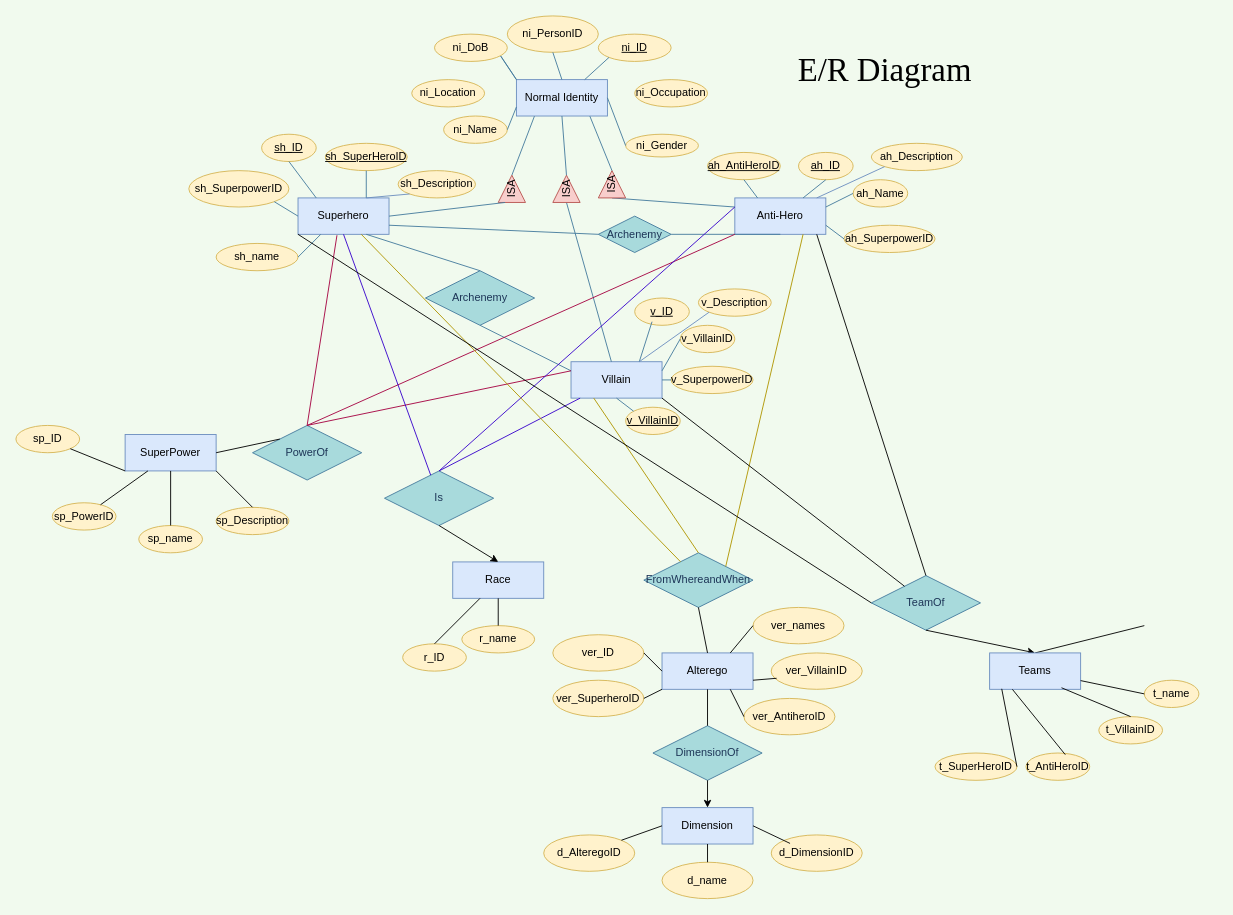
AnCal45/cse111_Project keeps this draw.io diagram as Untitled Diagram.drawio. Above is the earlier version. Source tidied: cells renumbered, new cells numbered last; positions are measured from the earlier drawing's top-left corner, leaving out a move shared by most shapes. Both pictures are drawn from the tidied source at 91%, with x=0, y=0 at pixel (15, 15).
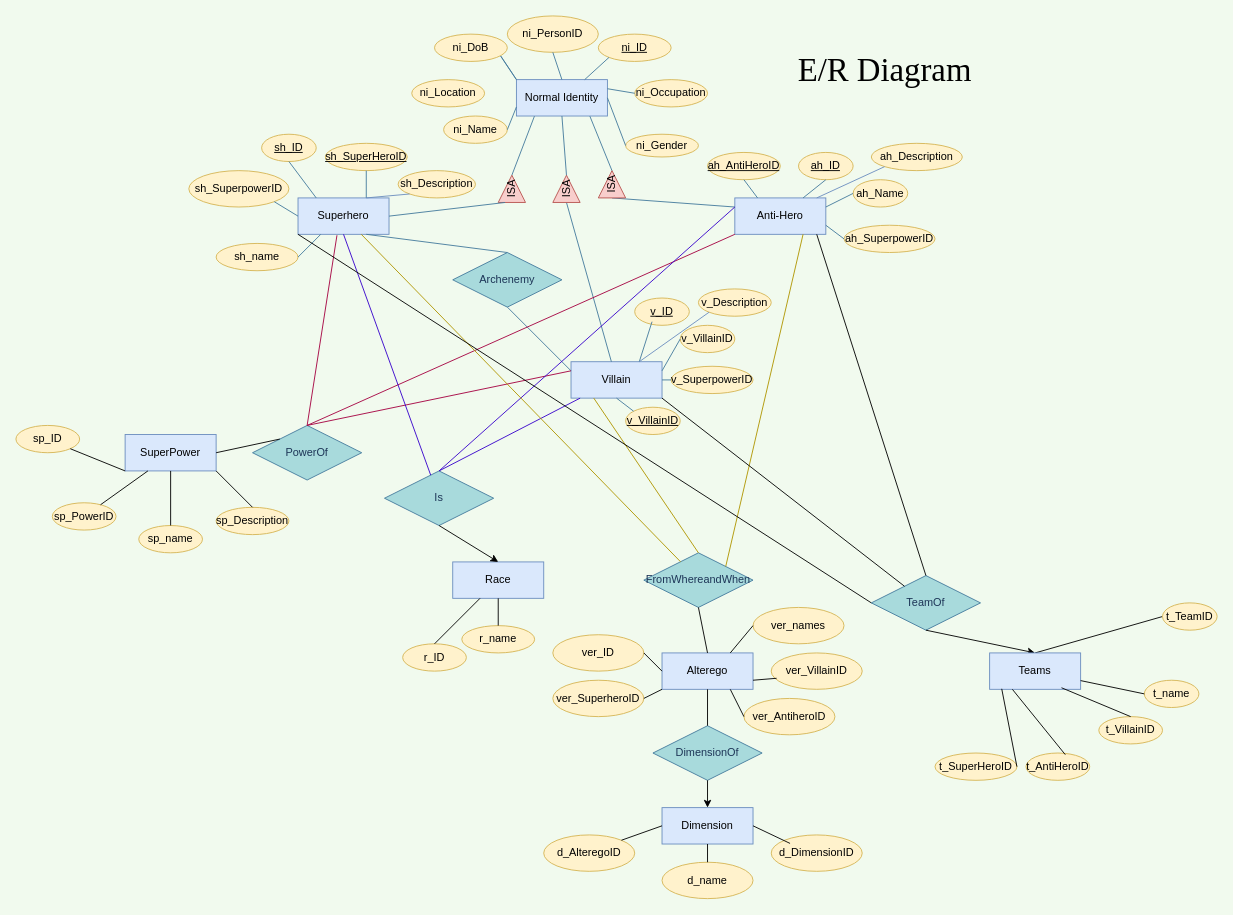
The same diagram, later.

Unchanged cells that the change refers to:
```xml
<mxCell id="2" value="Normal Identity" style="whiteSpace=wrap;html=1;align=center;fillColor=#dae8fc;strokeColor=#6c8ebf;" parent="1" vertex="1">
  <mxGeometry x="550" y="70" width="100" height="40" as="geometry" />
</mxCell>
<mxCell id="15" value="Superhero" style="whiteSpace=wrap;html=1;align=center;rounded=0;sketch=0;strokeColor=#6c8ebf;fillColor=#dae8fc;" parent="1" vertex="1">
  <mxGeometry x="310" y="200" width="100" height="40" as="geometry" />
</mxCell>
<mxCell id="17" value="Anti-Hero" style="whiteSpace=wrap;html=1;align=center;rounded=0;sketch=0;strokeColor=#6c8ebf;fillColor=#dae8fc;" parent="1" vertex="1">
  <mxGeometry x="790" y="200" width="100" height="40" as="geometry" />
</mxCell>
<mxCell id="112" value="Teams" style="whiteSpace=wrap;html=1;align=center;rounded=0;sketch=0;strokeColor=#6c8ebf;fillColor=#dae8fc;" parent="1" vertex="1">
  <mxGeometry x="1070" y="700" width="100" height="40" as="geometry" />
</mxCell>
<mxCell id="121" value="ni_Occupation" style="ellipse;whiteSpace=wrap;html=1;align=center;fillColor=#fff2cc;strokeColor=#d6b656;" parent="1" vertex="1">
  <mxGeometry x="680" y="70" width="80" height="30" as="geometry" />
</mxCell>
```

Diff of the diagram source:
```diff
@@
     <mxCell id="45" value="Archenemy" style="shape=rhombus;perimeter=rhombusPerimeter;whiteSpace=wrap;html=1;align=center;rounded=0;sketch=0;strokeColor=#457B9D;fillColor=#A8DADC;fontColor=#1D3557;" parent="1" vertex="1">
-      <mxGeometry x="450" y="280" width="120" height="60" as="geometry" />
+      <mxGeometry x="480" y="260" width="120" height="60" as="geometry" />
     </mxCell>
@@
-    <mxCell id="47" style="endArrow=none;html=1;strokeColor=#457B9D;fillColor=#A8DADC;fontColor=#1D3557;entryX=0.5;entryY=1;entryDx=0;entryDy=0;exitX=1;exitY=0.5;exitDx=0;exitDy=0;" parent="1" edge="1" source="127" target="17">
-      <mxGeometry relative="1" as="geometry" />
-    </mxCell>
@@
-    <mxCell id="91" style="endArrow=none;html=1;exitX=0.5;exitY=0;exitDx=0;exitDy=0;" parent="1" edge="1" source="112">
-      <mxGeometry relative="1" as="geometry">
-        <mxPoint x="1240" y="670" as="targetPoint" />
-      </mxGeometry>
+    <mxCell id="91" style="endArrow=none;html=1;exitX=0.5;exitY=0;exitDx=0;exitDy=0;entryX=0;entryY=0.5;entryDx=0;entryDy=0;" parent="1" edge="1" source="112" target="129">
+      <mxGeometry relative="1" as="geometry" />
     </mxCell>
@@
-    <mxCell id="127" value="Archenemy" style="shape=rhombus;perimeter=rhombusPerimeter;whiteSpace=wrap;html=1;align=center;rounded=0;sketch=0;strokeColor=#457B9D;fillColor=#A8DADC;fontColor=#1D3557;" parent="1" vertex="1">
-      <mxGeometry x="640" y="220" width="80" height="40" as="geometry" />
-    </mxCell>
-    <mxCell id="128" style="endArrow=none;html=1;strokeColor=#457B9D;fillColor=#A8DADC;fontColor=#1D3557;entryX=1;entryY=0.75;entryDx=0;entryDy=0;exitX=0;exitY=0.5;exitDx=0;exitDy=0;" parent="1" edge="1" source="127" target="15">
-      <mxGeometry relative="1" as="geometry" />
-    </mxCell>
+    <mxCell id="129" value="t_TeamID" style="ellipse;whiteSpace=wrap;html=1;align=center;fillColor=#fff2cc;strokeColor=#d6b656;" parent="1" vertex="1">
+      <mxGeometry x="1260" y="645" width="60" height="30" as="geometry" />
+    </mxCell>
+    <mxCell id="130" style="endArrow=none;html=1;entryX=0;entryY=0.5;entryDx=0;entryDy=0;exitX=1;exitY=0.25;exitDx=0;exitDy=0;labelBackgroundColor=#F1FAEE;strokeColor=#457B9D;fontColor=#1D3557;" parent="1" edge="1" source="2" target="121">
+      <mxGeometry relative="1" as="geometry" />
+    </mxCell>
```
